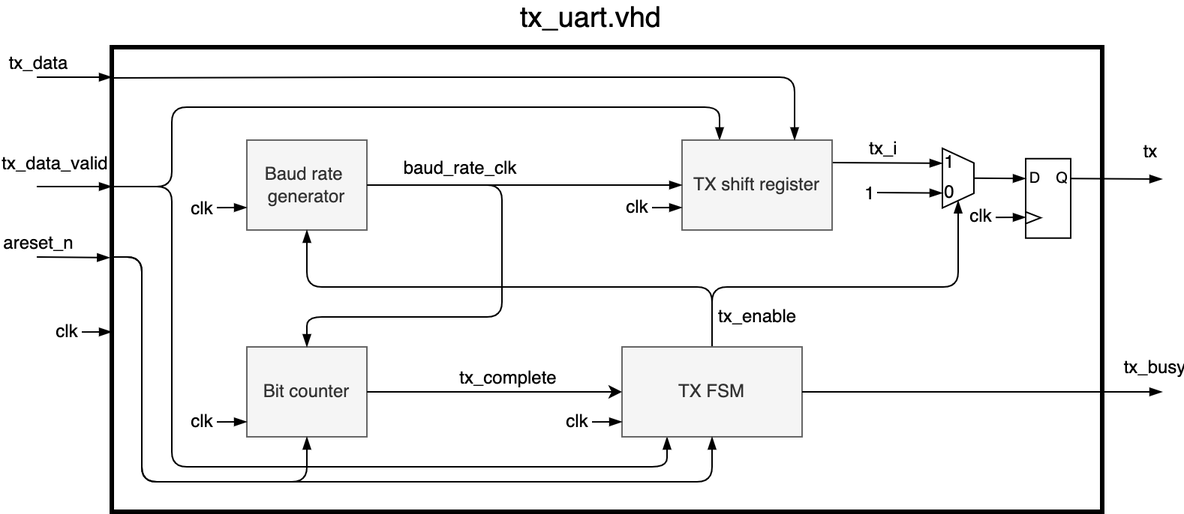
Before: fys4220-jbook/graphics/project_tx_uart_architecture.png, a diagram exported from draw.io (fys4220/fys4220.github.io). Source tidied: cells renumbered, new cells last; positions are measured from the earlier drawing's top-left corner, leaving out a move shared by most shapes. The source it was exported from:
```xml
<mxGraphModel>
  <root>
    <mxCell id="0" />
    <mxCell id="1" parent="0" />
    <mxCell id="2" style="rounded=0;whiteSpace=wrap;html=1;gradientColor=none;fillColor=none;strokeWidth=3;" parent="1" vertex="1">
      <mxGeometry x="50" y="30" width="660" height="310" as="geometry" />
    </mxCell>
    <mxCell id="3" style="edgeStyle=none;html=1;entryX=0.25;entryY=0;entryDx=0;entryDy=0;endArrow=blockThin;endFill=1;" parent="1" edge="1" target="10">
      <mxGeometry relative="1" as="geometry">
        <mxPoint x="50" y="123" as="sourcePoint" />
        <Array as="points">
          <mxPoint x="90" y="123" />
          <mxPoint x="90" y="100" />
          <mxPoint x="90" y="70" />
          <mxPoint x="250" y="70" />
          <mxPoint x="455" y="70" />
        </Array>
      </mxGeometry>
    </mxCell>
    <mxCell id="4" style="edgeStyle=none;html=1;entryX=0.25;entryY=1;entryDx=0;entryDy=0;endArrow=blockThin;endFill=1;" parent="1" edge="1" target="14">
      <mxGeometry relative="1" as="geometry">
        <mxPoint x="50" y="123" as="sourcePoint" />
        <Array as="points">
          <mxPoint x="90" y="123" />
          <mxPoint x="90" y="220" />
          <mxPoint x="90" y="310" />
          <mxPoint x="270" y="310" />
          <mxPoint x="420" y="310" />
        </Array>
      </mxGeometry>
    </mxCell>
    <mxCell id="5" value="&lt;font style=&quot;font-size: 12px&quot;&gt;tx&lt;/font&gt;" style="edgeStyle=none;html=1;exitX=1;exitY=0.25;exitDx=0;exitDy=0;endArrow=blockThin;endFill=1;" parent="1" edge="1" source="47">
      <mxGeometry x="0.73" y="18" relative="1" as="geometry">
        <mxPoint x="750" y="118" as="targetPoint" />
      </mxGeometry>
    </mxCell>
    <mxCell id="6" value="Baud rate &lt;br&gt;generator" style="rounded=0;whiteSpace=wrap;html=1;fillColor=#f5f5f5;fontColor=#333333;strokeColor=#666666;" parent="1" vertex="1">
      <mxGeometry x="140" y="92" width="80" height="60" as="geometry" />
    </mxCell>
    <mxCell id="7" value="Bit counter" style="rounded=0;whiteSpace=wrap;html=1;fillColor=#f5f5f5;fontColor=#333333;strokeColor=#666666;" parent="1" vertex="1">
      <mxGeometry x="140" y="230" width="80" height="60" as="geometry" />
    </mxCell>
    <mxCell id="8" style="edgeStyle=none;html=1;exitX=1;exitY=0.25;exitDx=0;exitDy=0;entryX=0.25;entryY=1;entryDx=0;entryDy=0;endArrow=blockThin;endFill=1;strokeWidth=1;strokeColor=default;" parent="1" edge="1" source="10" target="16">
      <mxGeometry relative="1" as="geometry" />
    </mxCell>
    <mxCell id="9" value="&lt;font style=&quot;font-size: 12px&quot;&gt;tx_i&lt;/font&gt;" style="edgeLabel;html=1;align=center;verticalAlign=middle;" parent="8" vertex="1">
      <mxGeometry x="-0.06" relative="1" as="geometry">
        <mxPoint y="-10" as="offset" />
      </mxGeometry>
    </mxCell>
    <mxCell id="10" value="TX shift register" style="rounded=0;whiteSpace=wrap;html=1;fillColor=#f5f5f5;fontColor=#333333;strokeColor=#666666;" parent="1" vertex="1">
      <mxGeometry x="430" y="92" width="100" height="60" as="geometry" />
    </mxCell>
    <mxCell id="11" style="edgeStyle=none;html=1;exitX=0.5;exitY=0;exitDx=0;exitDy=0;entryX=1;entryY=0.5;entryDx=0;entryDy=0;endArrow=blockThin;endFill=1;" parent="1" edge="1" source="14" target="16">
      <mxGeometry relative="1" as="geometry">
        <Array as="points">
          <mxPoint x="450" y="190" />
          <mxPoint x="530" y="190" />
          <mxPoint x="614" y="190" />
        </Array>
      </mxGeometry>
    </mxCell>
    <mxCell id="12" value="&lt;font style=&quot;font-size: 12px&quot;&gt;tx_enable&lt;/font&gt;" style="edgeLabel;html=1;align=center;verticalAlign=middle;" parent="11" vertex="1">
      <mxGeometry x="0.37" y="-1" relative="1" as="geometry">
        <mxPoint x="-110" y="18" as="offset" />
      </mxGeometry>
    </mxCell>
    <mxCell id="13" style="edgeStyle=none;html=1;exitX=0.5;exitY=0;exitDx=0;exitDy=0;entryX=0.5;entryY=1;entryDx=0;entryDy=0;endArrow=blockThin;endFill=1;" parent="1" edge="1" source="14" target="6">
      <mxGeometry relative="1" as="geometry">
        <Array as="points">
          <mxPoint x="450" y="190" />
          <mxPoint x="330" y="190" />
          <mxPoint x="180" y="190" />
        </Array>
      </mxGeometry>
    </mxCell>
    <mxCell id="14" value="TX FSM" style="rounded=0;whiteSpace=wrap;html=1;fillColor=#f5f5f5;fontColor=#333333;strokeColor=#666666;" parent="1" vertex="1">
      <mxGeometry x="390" y="230" width="120" height="60" as="geometry" />
    </mxCell>
    <mxCell id="15" style="edgeStyle=none;rounded=1;html=1;exitX=0.5;exitY=0;exitDx=0;exitDy=0;entryX=0;entryY=0.25;entryDx=0;entryDy=0;fontSize=12;endArrow=blockThin;endFill=1;strokeColor=default;strokeWidth=1;" parent="1" edge="1" source="16" target="47">
      <mxGeometry relative="1" as="geometry" />
    </mxCell>
    <mxCell id="16" style="shape=trapezoid;perimeter=trapezoidPerimeter;whiteSpace=wrap;html=1;fixedSize=1;rotation=90;size=9.75;" parent="1" vertex="1">
      <mxGeometry x="594.1" y="106.9" width="39.8" height="21" as="geometry" />
    </mxCell>
    <mxCell id="17" style="edgeStyle=none;html=1;endArrow=blockThin;endFill=1;" parent="1" edge="1">
      <mxGeometry relative="1" as="geometry">
        <mxPoint y="123" as="sourcePoint" />
        <mxPoint x="50" y="123" as="targetPoint" />
        <Array as="points">
          <mxPoint x="40" y="123" />
        </Array>
      </mxGeometry>
    </mxCell>
    <mxCell id="18" value="&lt;font style=&quot;font-size: 12px&quot;&gt;tx_data_valid&lt;/font&gt;" style="edgeLabel;html=1;align=center;verticalAlign=middle;" parent="17" vertex="1">
      <mxGeometry x="-0.46" relative="1" as="geometry">
        <mxPoint x="-3" y="-16" as="offset" />
      </mxGeometry>
    </mxCell>
    <mxCell id="19" style="endArrow=blockThin;html=1;strokeColor=default;strokeWidth=1;entryX=0.75;entryY=1;entryDx=0;entryDy=0;endFill=1;" parent="1" edge="1" target="16">
      <mxGeometry relative="1" as="geometry">
        <mxPoint x="560" y="127" as="sourcePoint" />
      </mxGeometry>
    </mxCell>
    <mxCell id="20" value="&lt;font style=&quot;font-size: 12px&quot;&gt;1&lt;/font&gt;" style="edgeLabel;html=1;align=center;verticalAlign=middle;" parent="19" vertex="1">
      <mxGeometry x="-0.39" y="1" relative="1" as="geometry">
        <mxPoint x="-19" y="1" as="offset" />
      </mxGeometry>
    </mxCell>
    <mxCell id="21" value="1" style="text;html=1;align=center;verticalAlign=middle;fillColor=none;strokeColor=none;rounded=0;" parent="1" vertex="1">
      <mxGeometry x="598" y="97" width="20" height="20" as="geometry" />
    </mxCell>
    <mxCell id="22" value="0" style="text;html=1;align=center;verticalAlign=middle;fillColor=none;strokeColor=none;rounded=0;" parent="1" vertex="1">
      <mxGeometry x="598" y="117" width="20" height="20" as="geometry" />
    </mxCell>
    <mxCell id="23" style="endArrow=classic;html=1;rounded=0;strokeColor=default;strokeWidth=1;entryX=0;entryY=0.5;entryDx=0;entryDy=0;exitX=1;exitY=0.5;exitDx=0;exitDy=0;" parent="1" edge="1" source="7" target="14">
      <mxGeometry relative="1" as="geometry" />
    </mxCell>
    <mxCell id="24" value="&lt;font style=&quot;font-size: 12px&quot;&gt;tx_complete&lt;/font&gt;" style="edgeLabel;html=1;align=center;verticalAlign=middle;" parent="23" vertex="1">
      <mxGeometry x="0.32" y="1" relative="1" as="geometry">
        <mxPoint x="-19" y="-9" as="offset" />
      </mxGeometry>
    </mxCell>
    <mxCell id="25" style="endArrow=blockThin;html=1;rounded=1;strokeColor=default;strokeWidth=1;entryX=0.75;entryY=0;entryDx=0;entryDy=0;exitX=-0.002;exitY=0.066;exitDx=0;exitDy=0;exitPerimeter=0;endFill=1;" parent="1" edge="1" source="2" target="10">
      <mxGeometry x="-1" y="10" relative="1" as="geometry">
        <Array as="points">
          <mxPoint x="240" y="50" />
          <mxPoint x="505" y="50" />
        </Array>
      </mxGeometry>
    </mxCell>
    <mxCell id="26" value="&lt;font style=&quot;font-size: 19px&quot;&gt;tx_uart.vhd&lt;/font&gt;" style="text;html=1;align=center;verticalAlign=middle;fillColor=none;strokeColor=none;rounded=0;" parent="1" vertex="1">
      <mxGeometry x="314" width="110" height="20" as="geometry" />
    </mxCell>
    <mxCell id="27" style="endArrow=blockThin;html=1;rounded=1;fontSize=19;strokeColor=default;strokeWidth=1;exitX=1;exitY=0.5;exitDx=0;exitDy=0;endFill=1;" parent="1" edge="1" source="14">
      <mxGeometry relative="1" as="geometry">
        <mxPoint x="750" y="260" as="targetPoint" />
      </mxGeometry>
    </mxCell>
    <mxCell id="28" value="&lt;font style=&quot;font-size: 12px&quot;&gt;tx_busy&lt;/font&gt;" style="edgeLabel;html=1;align=center;verticalAlign=middle;fontSize=19;" parent="27" vertex="1">
      <mxGeometry x="0.76" y="-2" relative="1" as="geometry">
        <mxPoint x="23" y="-22" as="offset" />
      </mxGeometry>
    </mxCell>
    <mxCell id="29" style="edgeStyle=none;html=1;entryX=0.5;entryY=1;entryDx=0;entryDy=0;endArrow=blockThin;endFill=1;" parent="1" edge="1" target="14">
      <mxGeometry relative="1" as="geometry">
        <mxPoint x="50" y="170" as="sourcePoint" />
        <Array as="points">
          <mxPoint x="70" y="170" />
          <mxPoint x="70" y="230" />
          <mxPoint x="70" y="320" />
          <mxPoint x="280" y="320" />
          <mxPoint x="450" y="320" />
        </Array>
      </mxGeometry>
    </mxCell>
    <mxCell id="30" style="endArrow=blockThin;html=1;rounded=1;fontSize=12;strokeColor=default;strokeWidth=1;entryX=-0.002;entryY=0.453;entryDx=0;entryDy=0;entryPerimeter=0;endFill=1;" parent="1" edge="1" target="2">
      <mxGeometry relative="1" as="geometry">
        <mxPoint y="170" as="sourcePoint" />
      </mxGeometry>
    </mxCell>
    <mxCell id="31" value="areset_n" style="edgeLabel;html=1;align=center;verticalAlign=middle;fontSize=12;" parent="30" vertex="1">
      <mxGeometry x="-0.56" y="3" relative="1" as="geometry">
        <mxPoint x="-11" y="-7" as="offset" />
      </mxGeometry>
    </mxCell>
    <mxCell id="32" style="endArrow=blockThin;html=1;rounded=1;fontSize=12;strokeColor=default;strokeWidth=1;endFill=1;" parent="1" edge="1">
      <mxGeometry relative="1" as="geometry">
        <mxPoint y="50" as="sourcePoint" />
        <mxPoint x="50" y="50" as="targetPoint" />
      </mxGeometry>
    </mxCell>
    <mxCell id="33" value="tx_data" style="edgeLabel;html=1;align=center;verticalAlign=middle;fontSize=12;" parent="32" vertex="1">
      <mxGeometry x="-0.4" y="3" relative="1" as="geometry">
        <mxPoint x="-15" y="-7" as="offset" />
      </mxGeometry>
    </mxCell>
    <mxCell id="34" style="edgeStyle=none;rounded=1;html=1;exitX=1;exitY=0.5;exitDx=0;exitDy=0;fontSize=12;endArrow=blockThin;endFill=1;strokeColor=default;strokeWidth=1;" parent="1" edge="1" source="6">
      <mxGeometry relative="1" as="geometry">
        <mxPoint x="430" y="122" as="targetPoint" />
      </mxGeometry>
    </mxCell>
    <mxCell id="35" style="edgeStyle=none;rounded=1;html=1;entryX=0.5;entryY=0;entryDx=0;entryDy=0;fontSize=10;endArrow=blockThin;endFill=1;strokeColor=default;strokeWidth=1;exitX=1;exitY=0.5;exitDx=0;exitDy=0;" parent="1" edge="1" source="6" target="7">
      <mxGeometry relative="1" as="geometry">
        <Array as="points">
          <mxPoint x="310" y="122" />
          <mxPoint x="310" y="160" />
          <mxPoint x="310" y="210" />
          <mxPoint x="180" y="210" />
        </Array>
      </mxGeometry>
    </mxCell>
    <mxCell id="36" value="&lt;font style=&quot;font-size: 12px&quot;&gt;baud_rate_clk&lt;/font&gt;" style="edgeLabel;html=1;align=center;verticalAlign=middle;fontSize=10;" parent="35" vertex="1">
      <mxGeometry x="-0.67" y="1" relative="1" as="geometry">
        <mxPoint x="6" y="-11" as="offset" />
      </mxGeometry>
    </mxCell>
    <mxCell id="37" style="endArrow=blockThin;html=1;rounded=1;fontSize=10;strokeColor=default;strokeWidth=1;entryX=0;entryY=0.5;entryDx=0;entryDy=0;endFill=1;" parent="1" edge="1">
      <mxGeometry relative="1" as="geometry">
        <mxPoint x="120" y="137.1" as="sourcePoint" />
        <mxPoint x="140" y="137" as="targetPoint" />
      </mxGeometry>
    </mxCell>
    <mxCell id="38" value="&lt;font style=&quot;font-size: 12px&quot;&gt;clk&lt;/font&gt;" style="edgeLabel;html=1;align=center;verticalAlign=middle;fontSize=10;" parent="37" vertex="1">
      <mxGeometry x="-0.57" y="1" relative="1" as="geometry">
        <mxPoint x="-14" y="1" as="offset" />
      </mxGeometry>
    </mxCell>
    <mxCell id="39" style="endArrow=blockThin;html=1;rounded=1;fontSize=10;strokeColor=default;strokeWidth=1;entryX=0;entryY=0.5;entryDx=0;entryDy=0;endFill=1;" parent="1" edge="1">
      <mxGeometry relative="1" as="geometry">
        <mxPoint x="120" y="280.1" as="sourcePoint" />
        <mxPoint x="140" y="280" as="targetPoint" />
      </mxGeometry>
    </mxCell>
    <mxCell id="40" value="&lt;font style=&quot;font-size: 12px&quot;&gt;clk&lt;/font&gt;" style="edgeLabel;html=1;align=center;verticalAlign=middle;fontSize=10;" parent="39" vertex="1">
      <mxGeometry x="-0.57" y="1" relative="1" as="geometry">
        <mxPoint x="-14" as="offset" />
      </mxGeometry>
    </mxCell>
    <mxCell id="41" style="endArrow=blockThin;html=1;rounded=1;fontSize=10;strokeColor=default;strokeWidth=1;entryX=0;entryY=0.5;entryDx=0;entryDy=0;endFill=1;" parent="1" edge="1">
      <mxGeometry relative="1" as="geometry">
        <mxPoint x="370" y="280.1" as="sourcePoint" />
        <mxPoint x="390" y="280" as="targetPoint" />
      </mxGeometry>
    </mxCell>
    <mxCell id="42" value="&lt;font style=&quot;font-size: 12px&quot;&gt;clk&lt;/font&gt;" style="edgeLabel;html=1;align=center;verticalAlign=middle;fontSize=10;" parent="41" vertex="1">
      <mxGeometry x="-0.57" y="1" relative="1" as="geometry">
        <mxPoint x="-14" as="offset" />
      </mxGeometry>
    </mxCell>
    <mxCell id="43" style="endArrow=blockThin;html=1;rounded=1;fontSize=10;strokeColor=default;strokeWidth=1;entryX=0;entryY=0.5;entryDx=0;entryDy=0;endFill=1;" parent="1" edge="1">
      <mxGeometry relative="1" as="geometry">
        <mxPoint x="410" y="137.1" as="sourcePoint" />
        <mxPoint x="430" y="137" as="targetPoint" />
      </mxGeometry>
    </mxCell>
    <mxCell id="44" value="&lt;font style=&quot;font-size: 12px&quot;&gt;clk&lt;/font&gt;" style="edgeLabel;html=1;align=center;verticalAlign=middle;fontSize=10;" parent="43" vertex="1">
      <mxGeometry x="-0.57" y="1" relative="1" as="geometry">
        <mxPoint x="-14" as="offset" />
      </mxGeometry>
    </mxCell>
    <mxCell id="45" style="endArrow=blockThin;html=1;rounded=1;fontSize=10;strokeColor=default;strokeWidth=1;entryX=0;entryY=0.5;entryDx=0;entryDy=0;endFill=1;" parent="1" edge="1">
      <mxGeometry relative="1" as="geometry">
        <mxPoint x="30" y="220.1" as="sourcePoint" />
        <mxPoint x="50" y="220" as="targetPoint" />
      </mxGeometry>
    </mxCell>
    <mxCell id="46" value="&lt;font style=&quot;font-size: 12px&quot;&gt;clk&lt;/font&gt;" style="edgeLabel;html=1;align=center;verticalAlign=middle;fontSize=10;" parent="45" vertex="1">
      <mxGeometry x="-0.57" y="1" relative="1" as="geometry">
        <mxPoint x="-14" as="offset" />
      </mxGeometry>
    </mxCell>
    <mxCell id="47" style="rounded=0;whiteSpace=wrap;html=1;fontSize=12;strokeWidth=1;fillColor=none;gradientColor=none;" parent="1" vertex="1">
      <mxGeometry x="659" y="104.4" width="30" height="53" as="geometry" />
    </mxCell>
    <mxCell id="48" value="&lt;font style=&quot;font-size: 10px&quot;&gt;Q&lt;/font&gt;" style="text;html=1;align=center;verticalAlign=middle;fillColor=none;strokeColor=none;rounded=0;fontSize=12;" parent="1" vertex="1">
      <mxGeometry x="673" y="106.9" width="20" height="20" as="geometry" />
    </mxCell>
    <mxCell id="49" value="&lt;font style=&quot;font-size: 10px&quot;&gt;D&lt;/font&gt;" style="text;html=1;align=center;verticalAlign=middle;fillColor=none;strokeColor=none;rounded=0;fontSize=12;" parent="1" vertex="1">
      <mxGeometry x="655" y="106.9" width="20" height="20" as="geometry" />
    </mxCell>
    <mxCell id="50" style="triangle;whiteSpace=wrap;html=1;fontSize=10;strokeWidth=1;fillColor=none;gradientColor=none;" parent="1" vertex="1">
      <mxGeometry x="659" y="139.9" width="10" height="7.9" as="geometry" />
    </mxCell>
    <mxCell id="51" style="endArrow=blockThin;html=1;rounded=1;fontSize=10;strokeColor=default;strokeWidth=1;entryX=0;entryY=0.5;entryDx=0;entryDy=0;endFill=1;" parent="1" edge="1">
      <mxGeometry x="0.1" relative="1" as="geometry">
        <mxPoint x="639" y="143.6" as="sourcePoint" />
        <mxPoint x="659" y="143.5" as="targetPoint" />
      </mxGeometry>
    </mxCell>
    <mxCell id="52" value="&lt;font style=&quot;font-size: 12px&quot;&gt;clk&lt;/font&gt;" style="edgeLabel;html=1;align=center;verticalAlign=middle;fontSize=10;" parent="51" vertex="1">
      <mxGeometry x="-0.57" y="1" relative="1" as="geometry">
        <mxPoint x="-14" as="offset" />
      </mxGeometry>
    </mxCell>
    <mxCell id="53" style="edgeStyle=none;html=1;entryX=0.5;entryY=1;entryDx=0;entryDy=0;endArrow=blockThin;endFill=1;" parent="1" edge="1" target="7">
      <mxGeometry relative="1" as="geometry">
        <mxPoint x="50" y="170" as="sourcePoint" />
        <Array as="points">
          <mxPoint x="70" y="170" />
          <mxPoint x="70" y="230" />
          <mxPoint x="70" y="320" />
          <mxPoint x="180" y="320" />
        </Array>
      </mxGeometry>
    </mxCell>
  </root>
</mxGraphModel>
```
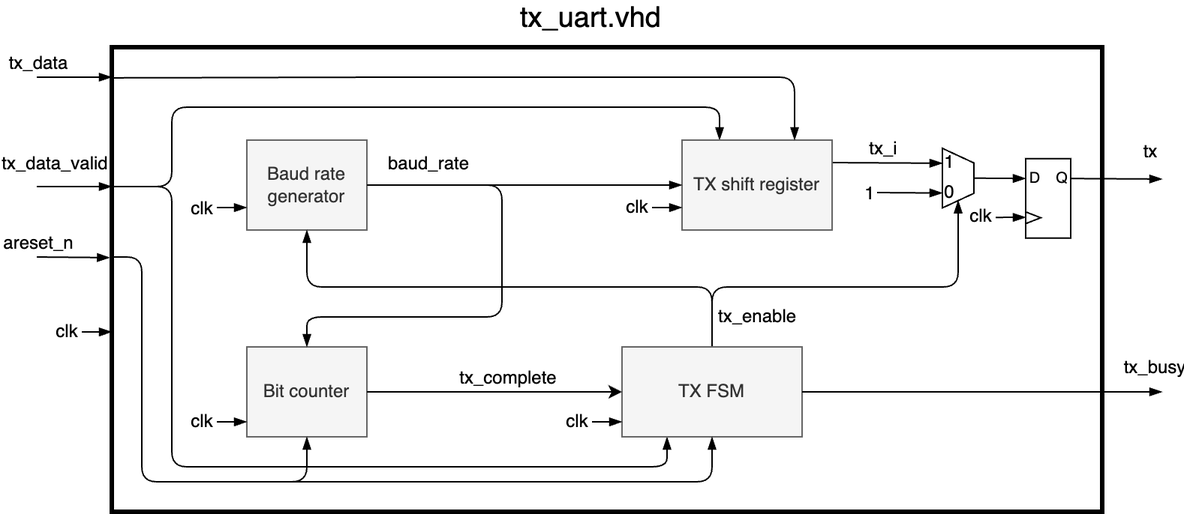
Above is the later version.

Diff of the diagram source:
```diff
@@ -190,9 +190,9 @@
         </Array>
       </mxGeometry>
     </mxCell>
-    <mxCell id="36" value="&lt;font style=&quot;font-size: 12px&quot;&gt;baud_rate_clk&lt;/font&gt;" style="edgeLabel;html=1;align=center;verticalAlign=middle;fontSize=10;" parent="35" vertex="1">
+    <mxCell id="36" value="&lt;font style=&quot;font-size: 12px&quot;&gt;baud_rate&lt;/font&gt;" style="edgeLabel;html=1;align=center;verticalAlign=middle;fontSize=10;" parent="35" vertex="1">
       <mxGeometry x="-0.67" y="1" relative="1" as="geometry">
-        <mxPoint x="6" y="-11" as="offset" />
+        <mxPoint x="-15" y="-14" as="offset" />
       </mxGeometry>
     </mxCell>
     <mxCell id="37" style="endArrow=blockThin;html=1;rounded=1;fontSize=10;strokeColor=default;strokeWidth=1;entryX=0;entryY=0.5;entryDx=0;entryDy=0;endFill=1;" parent="1" edge="1">
```
